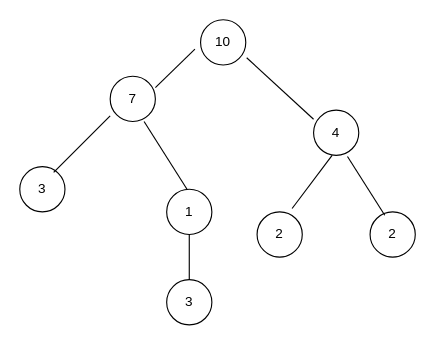
Above: 02_activities/assignments/images/Untitled Diagram.drawio in KathrynVozoris/algorithms_and_data_structures (draw.io), before the change. Source tidied: cells renumbered, new cells numbered last; positions are measured from the earlier drawing's top-left corner, leaving out a move shared by most shapes. Both pictures are drawn from the tidied source at 113%, with x=0, y=0 at pixel (19, 19).
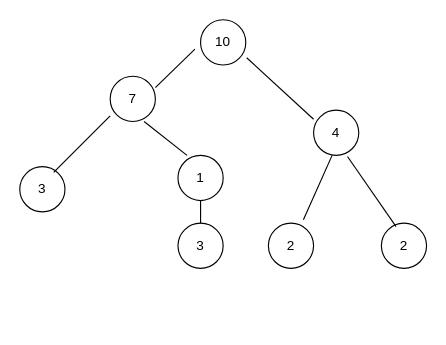
The same page after the edit.

Diff of the diagram source:
```diff
@@
-    <mxCell id="6" value="1" style="ellipse;whiteSpace=wrap;html=1;" parent="1" vertex="1">
-      <mxGeometry x="130" y="150" width="40" height="40" as="geometry" />
-    </mxCell>
     <mxCell id="7" value="2" style="ellipse;whiteSpace=wrap;html=1;" parent="1" vertex="1">
-      <mxGeometry x="210" y="170" width="40" height="40" as="geometry" />
+      <mxGeometry x="220" y="180" width="40" height="40" as="geometry" />
     </mxCell>
     <mxCell id="8" value="2" style="ellipse;whiteSpace=wrap;html=1;" parent="1" vertex="1">
-      <mxGeometry x="310" y="170" width="40" height="40" as="geometry" />
+      <mxGeometry x="320" y="180" width="40" height="40" as="geometry" />
     </mxCell>
     <mxCell id="9" value="3" style="ellipse;whiteSpace=wrap;html=1;" parent="1" vertex="1">
-      <mxGeometry x="130" y="230" width="40" height="40" as="geometry" />
+      <mxGeometry x="140" y="180" width="40" height="40" as="geometry" />
     </mxCell>
@@
-    <mxCell id="13" style="endArrow=none;html=1;rounded=0;entryX=0.2;entryY=0;entryDx=0;entryDy=0;entryPerimeter=0;" parent="1" edge="1">
+    <mxCell id="13" style="endArrow=none;html=1;rounded=0;entryX=0.2;entryY=0;entryDx=0;entryDy=0;entryPerimeter=0;" parent="1" edge="1" source="6">
       <mxGeometry relative="1" as="geometry">
-        <mxPoint x="110" y="90" as="sourcePoint" />
         <mxPoint x="148" y="150" as="targetPoint" />
       </mxGeometry>
     </mxCell>
@@
+    <mxCell id="17" style="endArrow=none;html=1;rounded=0;entryX=0.2;entryY=0;entryDx=0;entryDy=0;entryPerimeter=0;" parent="1" edge="1" target="6">
+      <mxGeometry relative="1" as="geometry">
+        <mxPoint x="110" y="90" as="sourcePoint" />
+      </mxGeometry>
+    </mxCell>
+    <mxCell id="6" value="1" style="ellipse;whiteSpace=wrap;html=1;" parent="1" vertex="1">
+      <mxGeometry x="140" y="120" width="40" height="40" as="geometry" />
+    </mxCell>
```
